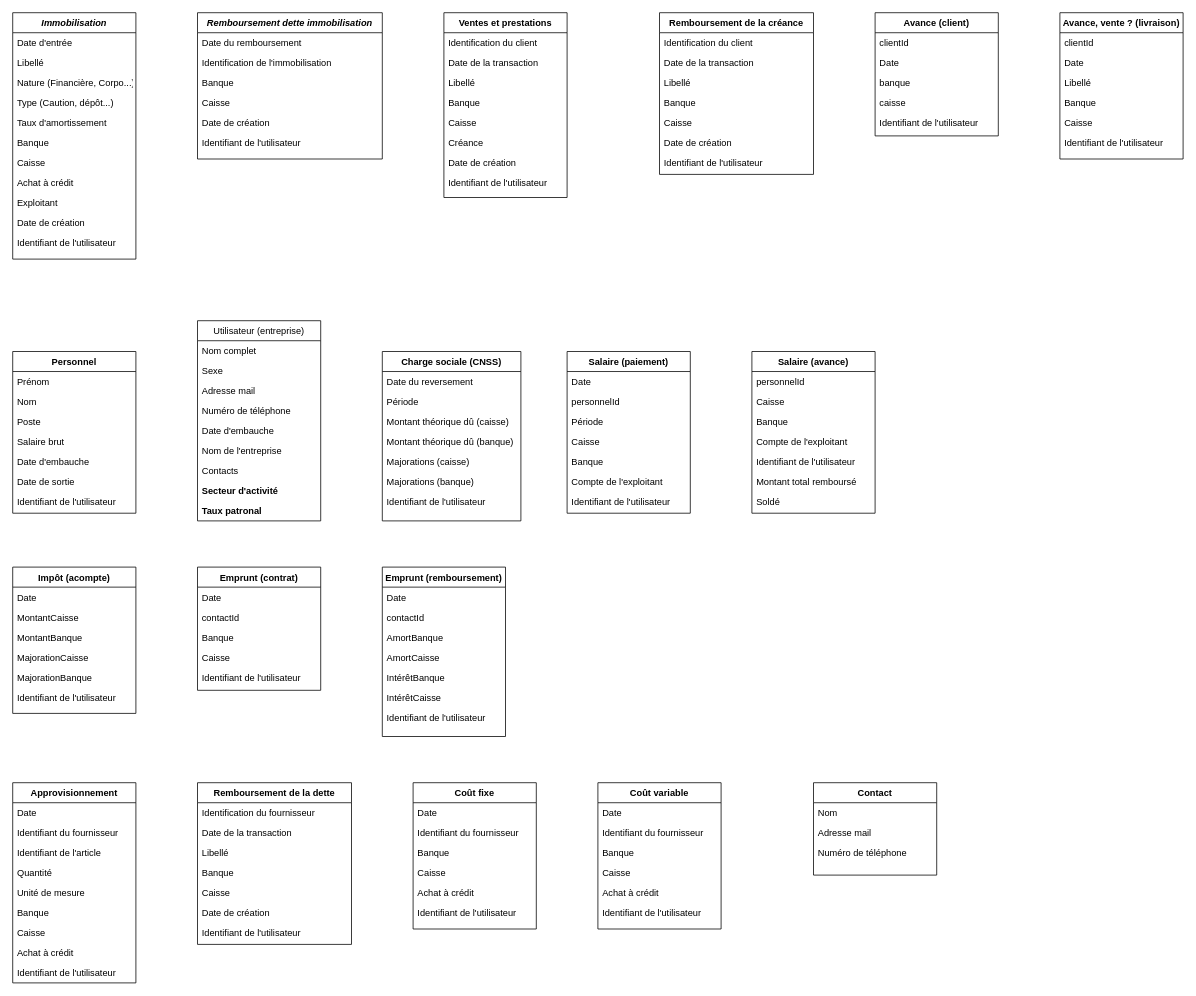
Above: Mon Coach.drawio in arso1er/dashboard-draw-maison-rouge (draw.io), before the change. Source tidied: cells renumbered, new cells numbered last; positions are measured from the earlier drawing's top-left corner, leaving out a move shared by most shapes. Both pictures are drawn from the tidied source at 77%, with x=0, y=0 at pixel (12, 12).
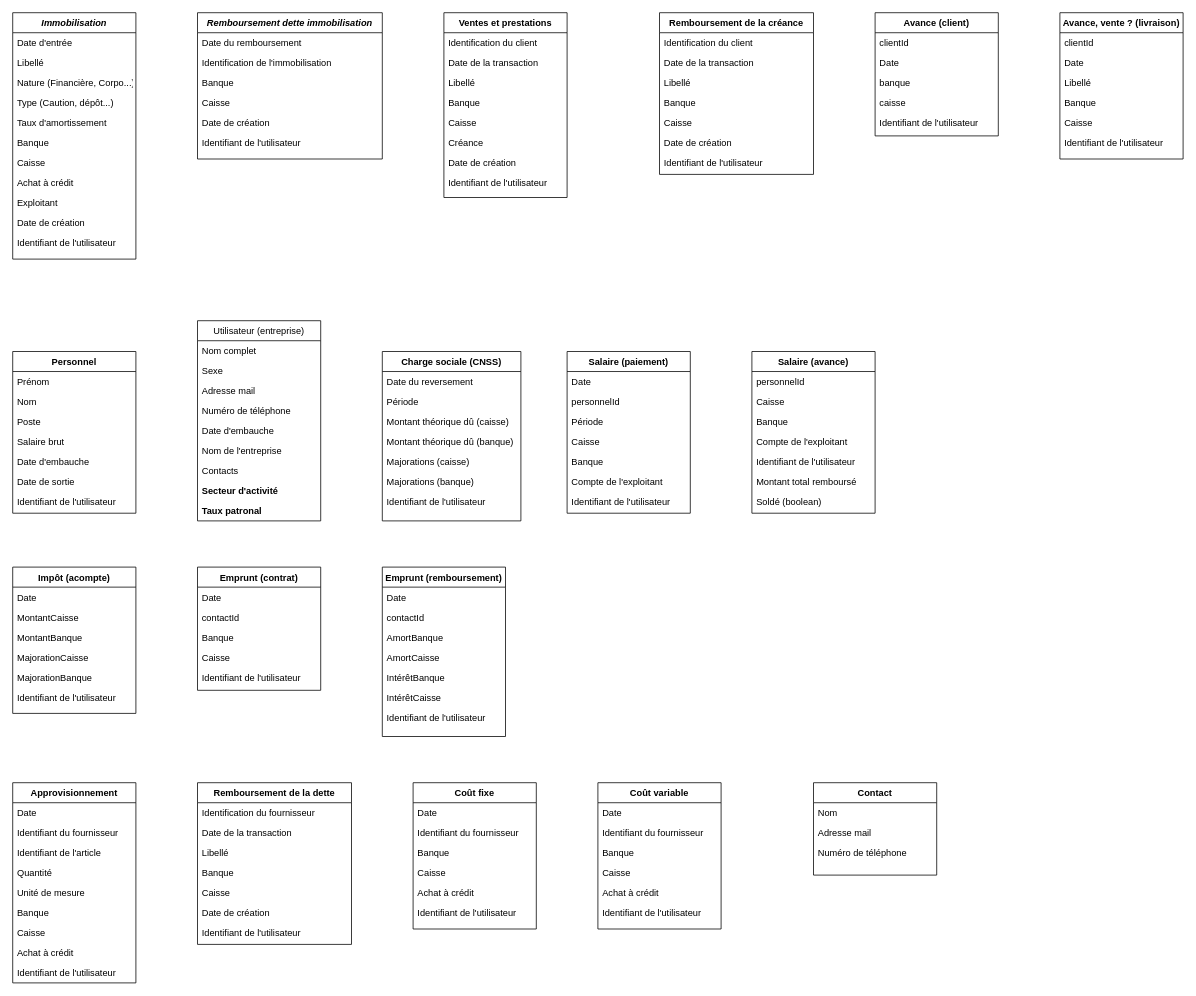
After the change.

Commit message:
Mettre à jour Mon Coach.drawio

The change refers to these unchanged cells:
```xml
<mxCell id="57" value="Salaire (avance)" style="swimlane;fontStyle=1;align=center;verticalAlign=top;horizontal=1;startSize=26;rounded=0;shadow=0;strokeWidth=1;" parent="1" vertex="1">
  <mxGeometry x="960" y="440" width="160" height="210" as="geometry" />
</mxCell>
```

Change to the diagram source:
```diff
@@
-    <mxCell id="64" value="Soldé" style="text;align=left;verticalAlign=top;spacingLeft=4;spacingRight=4;overflow=hidden;rounded=0;shadow=0;html=0;" parent="57" vertex="1">
+    <mxCell id="64" value="Soldé (boolean)" style="text;align=left;verticalAlign=top;spacingLeft=4;spacingRight=4;overflow=hidden;rounded=0;shadow=0;html=0;" parent="57" vertex="1">
       <mxGeometry y="182" width="160" height="26" as="geometry" />
     </mxCell>
```
